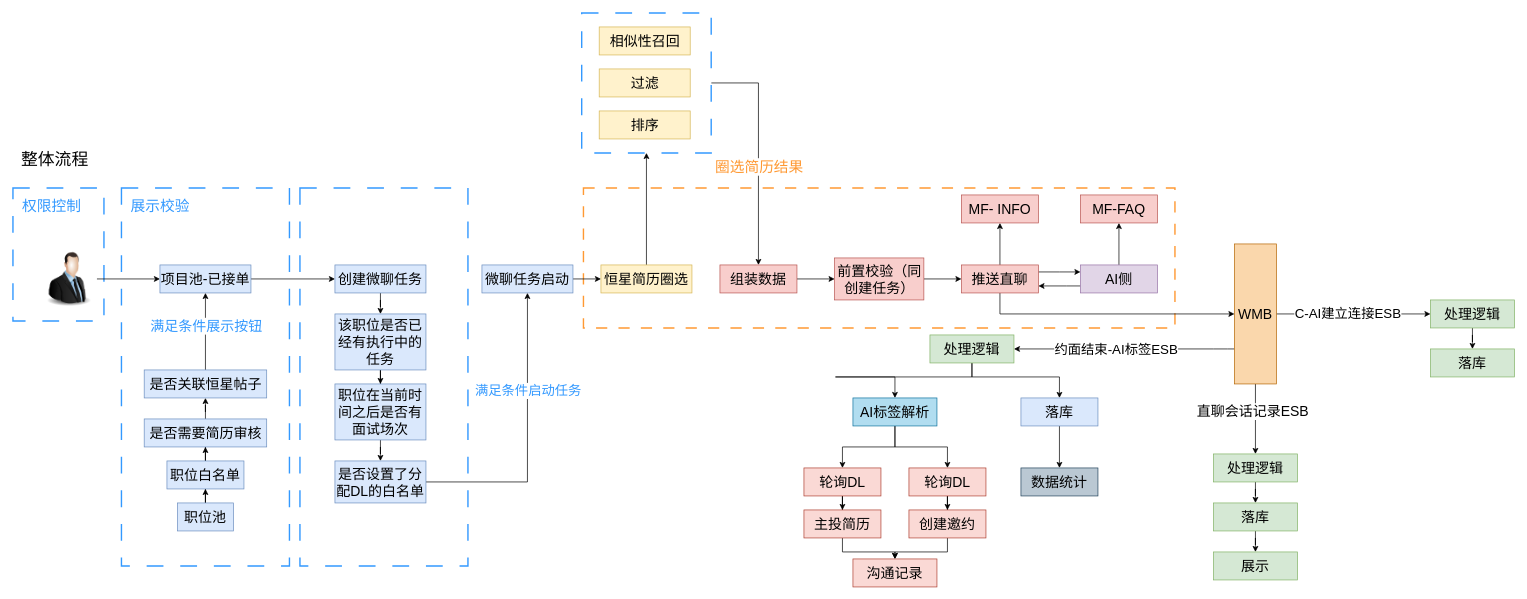
Earlier version of the draw.io diagram 魔方AI微聊.drawio (LuOyEbY/draw-b). Source tidied: cells renumbered, new cells numbered last; positions are measured from the earlier drawing's top-left corner, leaving out a move shared by most shapes. Both pictures are drawn from the tidied source at 70%, with x=0, y=0 at pixel (13, 13).
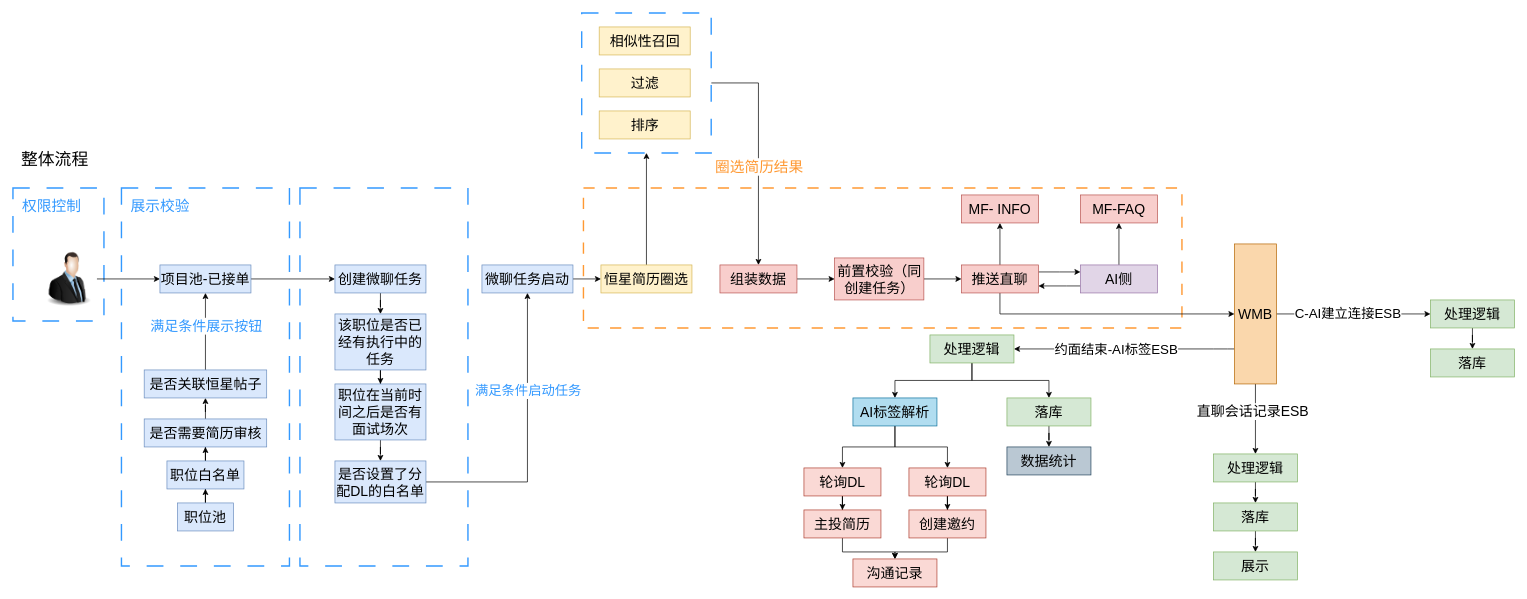
After the change.

Commit message (it also covers changes not shown here):
更新魔方AI微聊.drawio

The change refers to these unchanged cells:
```xml
<mxCell id="31" value="处理逻辑" style="whiteSpace=wrap;html=1;verticalAlign=middle;labelBackgroundColor=none;fontSize=20;fillColor=#d5e8d4;strokeColor=#82b366;rounded=0;" parent="1" vertex="1">
  <mxGeometry x="1310" y="460" width="120" height="40" as="geometry" />
</mxCell>
<mxCell id="40" value="AI标签解析" style="whiteSpace=wrap;html=1;verticalAlign=middle;labelBackgroundColor=none;fontSize=20;fillColor=#b1ddf0;strokeColor=#10739e;rounded=0;" parent="1" vertex="1">
  <mxGeometry x="1200" y="550" width="120" height="40" as="geometry" />
</mxCell>
```

Diff of the diagram source:
```diff
@@
     <mxCell id="2" style="rounded=0;whiteSpace=wrap;html=1;dashed=1;dashPattern=8 8;strokeColor=#FF9933;strokeWidth=2;" parent="1" vertex="1">
-      <mxGeometry x="815" y="250" width="845" height="200" as="geometry" />
+      <mxGeometry x="815" y="250" width="855" height="200" as="geometry" />
     </mxCell>
@@
-    <mxCell id="29" style="edgeStyle=orthogonalEdgeStyle;rounded=0;jettySize=auto;html=1;entryX=0.5;entryY=0;entryDx=0;entryDy=0;" parent="1" edge="1" source="31" target="40">
-      <mxGeometry relative="1" as="geometry">
-        <Array as="points">
-          <mxPoint x="1175" y="520" />
-          <mxPoint x="1065" y="520" />
-        </Array>
-      </mxGeometry>
+    <mxCell id="29" style="edgeStyle=orthogonalEdgeStyle;rounded=0;jettySize=auto;html=1;" parent="1" edge="1" source="31" target="40">
+      <mxGeometry relative="1" as="geometry" />
     </mxCell>
-    <mxCell id="30" style="edgeStyle=orthogonalEdgeStyle;rounded=0;jettySize=auto;html=1;entryX=0.5;entryY=0;entryDx=0;entryDy=0;" parent="1" edge="1" source="31" target="33">
-      <mxGeometry relative="1" as="geometry">
-        <Array as="points">
-          <mxPoint x="1370" y="520" />
-          <mxPoint x="1495" y="520" />
-        </Array>
-      </mxGeometry>
+    <mxCell id="30" style="edgeStyle=orthogonalEdgeStyle;rounded=0;jettySize=auto;html=1;" parent="1" edge="1" source="31" target="33">
+      <mxGeometry relative="1" as="geometry" />
     </mxCell>
@@
-    <mxCell id="32" style="edgeStyle=orthogonalEdgeStyle;rounded=0;jettySize=auto;html=1;" parent="1" edge="1" source="33" target="41">
-      <mxGeometry relative="1" as="geometry" />
-    </mxCell>
-    <mxCell id="33" value="落库" style="whiteSpace=wrap;html=1;verticalAlign=middle;labelBackgroundColor=none;fontSize=20;fillColor=#dae8fc;strokeColor=#6c8ebf;rounded=0;" parent="1" vertex="1">
-      <mxGeometry x="1440" y="550" width="110" height="40" as="geometry" />
-    </mxCell>
@@
     <mxCell id="41" value="数据统计" style="whiteSpace=wrap;html=1;verticalAlign=middle;labelBackgroundColor=none;fontSize=20;fillColor=#bac8d3;strokeColor=#23445d;rounded=0;" parent="1" vertex="1">
-      <mxGeometry x="1440" y="650" width="110" height="40" as="geometry" />
+      <mxGeometry x="1420" y="620" width="120" height="40" as="geometry" />
     </mxCell>
@@
+    <mxCell id="32" style="edgeStyle=orthogonalEdgeStyle;rounded=0;jettySize=auto;html=1;" parent="1" edge="1" source="33" target="41">
+      <mxGeometry relative="1" as="geometry" />
+    </mxCell>
+    <mxCell id="33" value="落库" style="whiteSpace=wrap;html=1;verticalAlign=middle;labelBackgroundColor=none;fontSize=20;fillColor=#d5e8d4;strokeColor=#82b366;rounded=0;" parent="1" vertex="1">
+      <mxGeometry x="1420" y="550" width="120" height="40" as="geometry" />
+    </mxCell>
```
